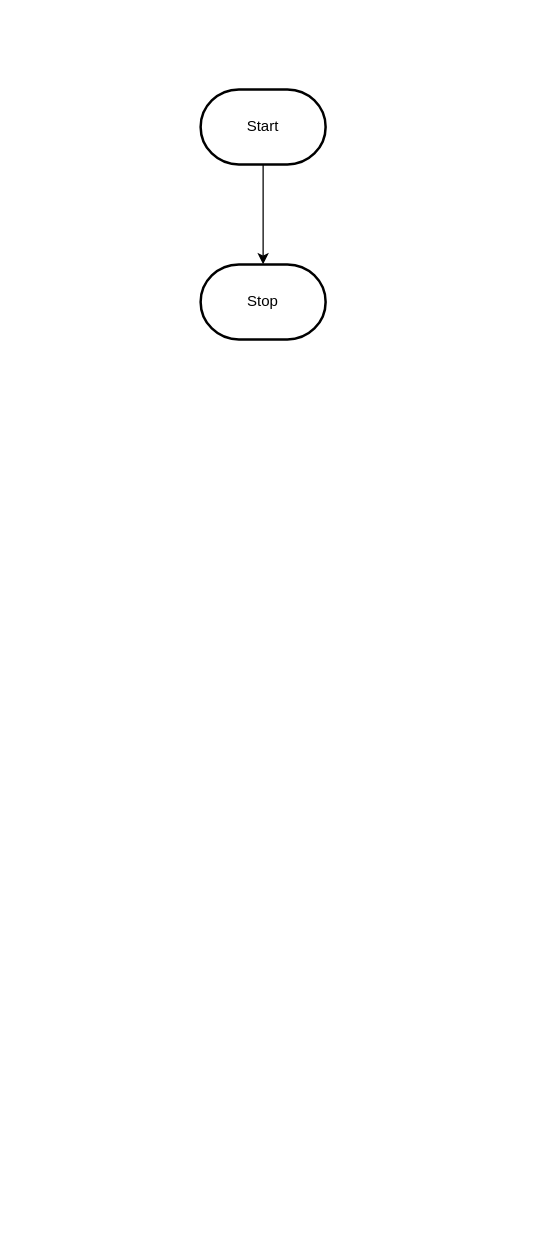
MTHS-TEJ2O-1-2023/TEJ2O-Unit-5-05-daki-atahwalp-antango-boad keeps this draw.io diagram as design/flowchart.drawio. Above is the earlier version. Source tidied: cells renumbered, new cells numbered last; positions are measured from the earlier drawing's top-left corner, leaving out a move shared by most shapes. Both pictures are drawn from the tidied source at 125%, with x=0, y=0 at pixel (200, 89).
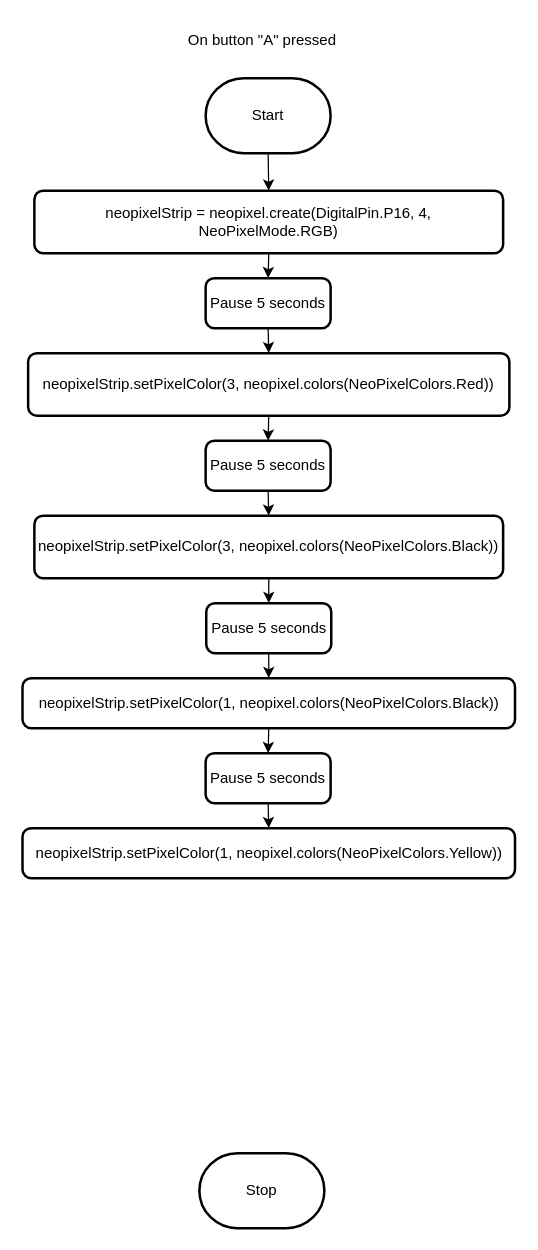
The same diagram, later.

The edit, as a diff of the source:
```diff
@@
-    <mxCell id="2" style="edgeStyle=orthogonalEdgeStyle;html=1;rounded=0;" parent="1" edge="1" source="3" target="4">
-      <mxGeometry relative="1" as="geometry" />
-    </mxCell>
+    <mxCell id="5" style="edgeStyle=none;html=1;exitX=0.5;exitY=1;exitDx=0;exitDy=0;exitPerimeter=0;entryX=0.5;entryY=0;entryDx=0;entryDy=0;" parent="1" edge="1" source="3" target="2">
+      <mxGeometry relative="1" as="geometry" />
+    </mxCell>
     <mxCell id="3" value="Start" style="strokeWidth=2;html=1;shape=mxgraph.flowchart.terminator;whiteSpace=wrap;" parent="1" vertex="1">
-      <mxGeometry width="100" height="60" as="geometry" />
+      <mxGeometry x="4" y="-9" width="100" height="60" as="geometry" />
     </mxCell>
     <mxCell id="4" value="Stop" style="strokeWidth=2;html=1;shape=mxgraph.flowchart.terminator;whiteSpace=wrap;" parent="1" vertex="1">
-      <mxGeometry y="140" width="100" height="60" as="geometry" />
+      <mxGeometry x="-1" y="851" width="100" height="60" as="geometry" />
     </mxCell>
+    <mxCell id="6" style="edgeStyle=none;html=1;exitX=0.5;exitY=1;exitDx=0;exitDy=0;entryX=0.5;entryY=0;entryDx=0;entryDy=0;" parent="1" edge="1" source="2" target="10">
+      <mxGeometry relative="1" as="geometry" />
+    </mxCell>
+    <mxCell id="2" value="neopixelStrip = neopixel.create(DigitalPin.P16, 4, NeoPixelMode.RGB)" style="rounded=1;whiteSpace=wrap;html=1;absoluteArcSize=1;arcSize=14;strokeWidth=2;" parent="1" vertex="1">
+      <mxGeometry x="-133" y="81" width="375" height="50" as="geometry" />
+    </mxCell>
+    <mxCell id="7" value="On button &quot;A&quot; pressed" style="text;html=1;align=center;verticalAlign=middle;strokeColor=none;fillColor=none;" parent="1" vertex="1">
+      <mxGeometry x="-21" y="-54" width="140" height="30" as="geometry" />
+    </mxCell>
+    <mxCell id="8" style="edgeStyle=none;html=1;exitX=0.5;exitY=1;exitDx=0;exitDy=0;entryX=0.5;entryY=0;entryDx=0;entryDy=0;" parent="1" edge="1" source="10">
+      <mxGeometry relative="1" as="geometry">
+        <mxPoint x="54" y="191" as="targetPoint" />
+      </mxGeometry>
+    </mxCell>
+    <mxCell id="9" style="edgeStyle=none;html=1;exitX=0.5;exitY=1;exitDx=0;exitDy=0;entryX=0.5;entryY=0;entryDx=0;entryDy=0;" parent="1" edge="1" source="10" target="13">
+      <mxGeometry relative="1" as="geometry" />
+    </mxCell>
+    <mxCell id="10" value="Pause 5 seconds" style="rounded=1;whiteSpace=wrap;html=1;absoluteArcSize=1;arcSize=14;strokeWidth=2;" parent="1" vertex="1">
+      <mxGeometry x="4" y="151" width="100" height="40" as="geometry" />
+    </mxCell>
+    <mxCell id="11" style="edgeStyle=none;html=1;exitX=0.5;exitY=1;exitDx=0;exitDy=0;entryX=0.5;entryY=0;entryDx=0;entryDy=0;" parent="1" edge="1">
+      <mxGeometry relative="1" as="geometry">
+        <mxPoint x="54" y="241" as="sourcePoint" />
+        <mxPoint x="54" y="251" as="targetPoint" />
+      </mxGeometry>
+    </mxCell>
+    <mxCell id="12" style="edgeStyle=none;html=1;exitX=0.5;exitY=1;exitDx=0;exitDy=0;entryX=0.5;entryY=0;entryDx=0;entryDy=0;" parent="1" edge="1" source="13" target="22">
+      <mxGeometry relative="1" as="geometry" />
+    </mxCell>
+    <mxCell id="13" value="neopixelStrip.setPixelColor(3, neopixel.colors(NeoPixelColors.Red))" style="rounded=1;whiteSpace=wrap;html=1;absoluteArcSize=1;arcSize=14;strokeWidth=2;" parent="1" vertex="1">
+      <mxGeometry x="-138" y="211" width="385" height="50" as="geometry" />
+    </mxCell>
+    <mxCell id="14" style="edgeStyle=none;html=1;exitX=0.5;exitY=1;exitDx=0;exitDy=0;entryX=0.5;entryY=0;entryDx=0;entryDy=0;" parent="1" edge="1" source="22" target="18">
+      <mxGeometry relative="1" as="geometry" />
+    </mxCell>
+    <mxCell id="15" style="edgeStyle=none;html=1;exitX=0.5;exitY=1;exitDx=0;exitDy=0;entryX=0.5;entryY=0;entryDx=0;entryDy=0;startArrow=none;" parent="1" edge="1" source="22">
+      <mxGeometry relative="1" as="geometry">
+        <mxPoint x="54" y="301" as="targetPoint" />
+      </mxGeometry>
+    </mxCell>
+    <mxCell id="16" style="edgeStyle=none;html=1;exitX=0.5;exitY=1;exitDx=0;exitDy=0;entryX=0.5;entryY=0;entryDx=0;entryDy=0;" parent="1" edge="1">
+      <mxGeometry relative="1" as="geometry">
+        <mxPoint x="54" y="351" as="sourcePoint" />
+        <mxPoint x="54" y="361" as="targetPoint" />
+      </mxGeometry>
+    </mxCell>
+    <mxCell id="17" style="edgeStyle=none;html=1;exitX=0.5;exitY=1;exitDx=0;exitDy=0;entryX=0.5;entryY=0;entryDx=0;entryDy=0;" parent="1" edge="1" source="18" target="20">
+      <mxGeometry relative="1" as="geometry" />
+    </mxCell>
+    <mxCell id="18" value="neopixelStrip.setPixelColor(3, neopixel.colors(NeoPixelColors.Black))" style="rounded=1;whiteSpace=wrap;html=1;absoluteArcSize=1;arcSize=14;strokeWidth=2;" parent="1" vertex="1">
+      <mxGeometry x="-133" y="341" width="375" height="50" as="geometry" />
+    </mxCell>
+    <mxCell id="19" style="edgeStyle=none;html=1;exitX=0.5;exitY=1;exitDx=0;exitDy=0;entryX=0.5;entryY=0;entryDx=0;entryDy=0;" parent="1" edge="1" source="20" target="24">
+      <mxGeometry relative="1" as="geometry" />
+    </mxCell>
+    <mxCell id="20" value="Pause 5 seconds" style="rounded=1;whiteSpace=wrap;html=1;absoluteArcSize=1;arcSize=14;strokeWidth=2;" parent="1" vertex="1">
+      <mxGeometry x="4.5" y="411" width="100" height="40" as="geometry" />
+    </mxCell>
+    <mxCell id="21" style="edgeStyle=none;html=1;exitX=0.5;exitY=1;exitDx=0;exitDy=0;entryX=0.5;entryY=0;entryDx=0;entryDy=0;endArrow=none;" parent="1" edge="1" target="22">
+      <mxGeometry relative="1" as="geometry">
+        <mxPoint x="54" y="291" as="sourcePoint" />
+      </mxGeometry>
+    </mxCell>
+    <mxCell id="22" value="Pause 5 seconds" style="rounded=1;whiteSpace=wrap;html=1;absoluteArcSize=1;arcSize=14;strokeWidth=2;" parent="1" vertex="1">
+      <mxGeometry x="4" y="281" width="100" height="40" as="geometry" />
+    </mxCell>
+    <mxCell id="23" style="edgeStyle=none;html=1;exitX=0.5;exitY=1;exitDx=0;exitDy=0;entryX=0.5;entryY=0;entryDx=0;entryDy=0;" parent="1" edge="1" source="24" target="26">
+      <mxGeometry relative="1" as="geometry" />
+    </mxCell>
+    <mxCell id="24" value="neopixelStrip.setPixelColor(1, neopixel.colors(NeoPixelColors.Black))" style="rounded=1;whiteSpace=wrap;html=1;absoluteArcSize=1;arcSize=14;strokeWidth=2;" parent="1" vertex="1">
+      <mxGeometry x="-142.5" y="471" width="394" height="40" as="geometry" />
+    </mxCell>
+    <mxCell id="25" style="edgeStyle=none;html=1;exitX=0.5;exitY=1;exitDx=0;exitDy=0;entryX=0.5;entryY=0;entryDx=0;entryDy=0;" parent="1" edge="1" source="26" target="27">
+      <mxGeometry relative="1" as="geometry" />
+    </mxCell>
+    <mxCell id="26" value="Pause 5 seconds" style="rounded=1;whiteSpace=wrap;html=1;absoluteArcSize=1;arcSize=14;strokeWidth=2;" parent="1" vertex="1">
+      <mxGeometry x="4" y="531" width="100" height="40" as="geometry" />
+    </mxCell>
+    <mxCell id="27" value="neopixelStrip.setPixelColor(1, neopixel.colors(NeoPixelColors.Yellow))" style="rounded=1;whiteSpace=wrap;html=1;absoluteArcSize=1;arcSize=14;strokeWidth=2;" parent="1" vertex="1">
+      <mxGeometry x="-142.5" y="591" width="394" height="40" as="geometry" />
+    </mxCell>
```
